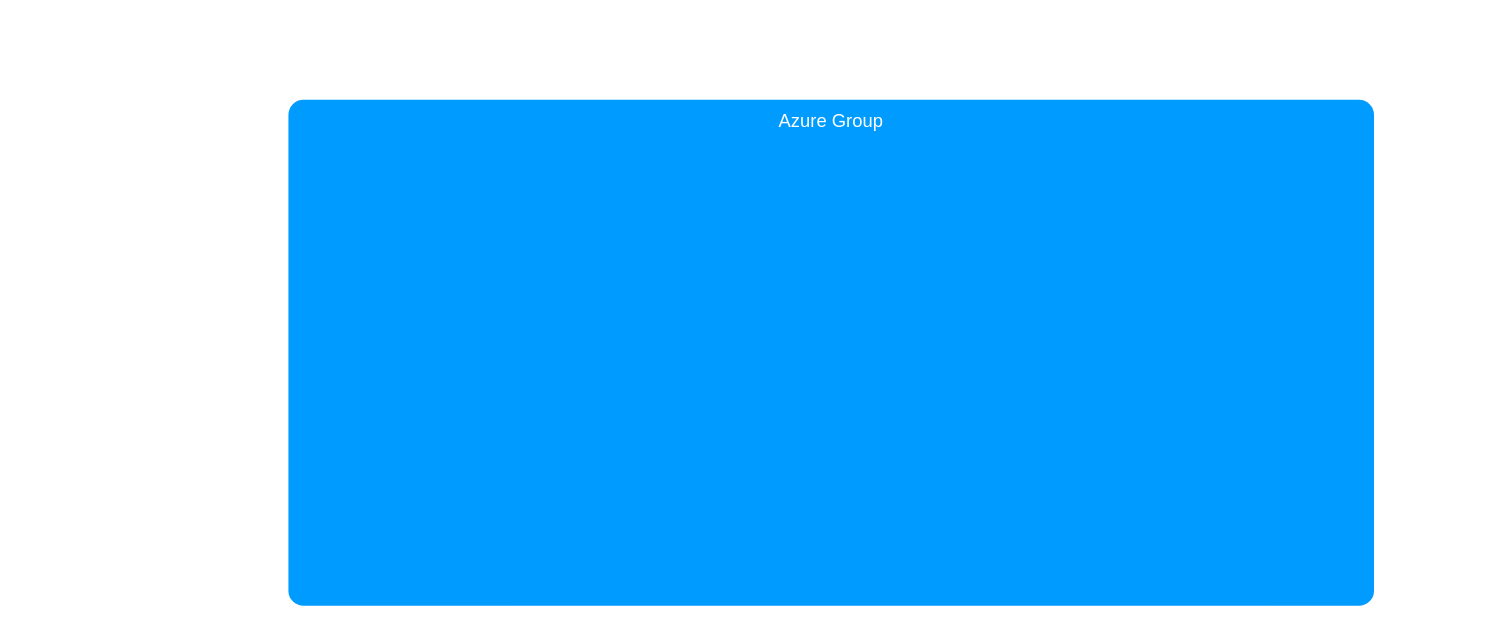
Before: 未命名绘图.drawio in LuckyEricYz/blog, a draw.io diagram. Source tidied: cells renumbered, new cells numbered last; positions are measured from the earlier drawing's top-left corner, leaving out a move shared by most shapes. Both pictures are drawn from the tidied source at 92%, with x=0, y=0 at pixel (71, 99).
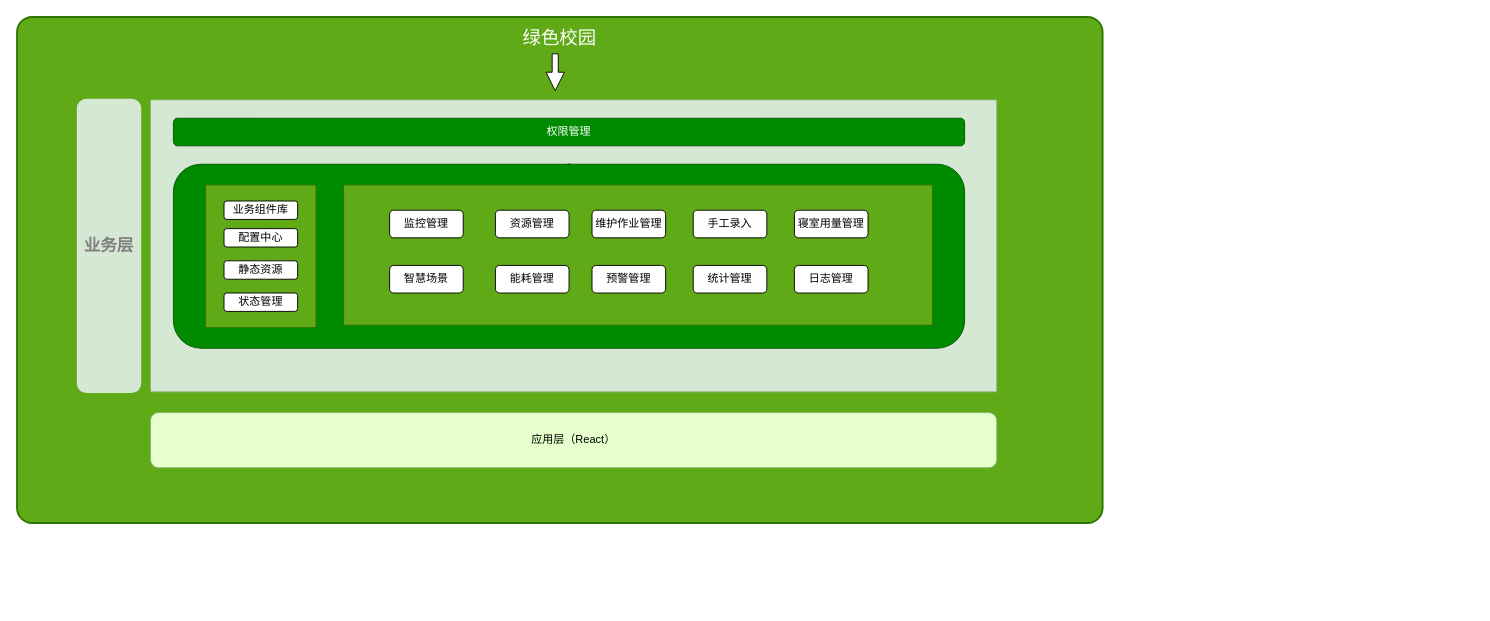
The same page after the edit.

The edit, as a diff of the source:
```diff
@@
-    <mxCell id="2" value="Azure Group" style="whiteSpace=wrap;html=1;rounded=1;shadow=0;strokeColor=none;strokeWidth=2;fillColor=#009BFF;fontSize=20;fontColor=#FFFFFF;align=center;arcSize=3;verticalAlign=top;spacingTop=4;" parent="1" vertex="1">
-      <mxGeometry x="236" width="1180" height="550" as="geometry" />
+    <mxCell id="2" value="绿色校园" style="whiteSpace=wrap;html=1;rounded=1;shadow=0;strokeColor=#2D7600;strokeWidth=2;fillColor=#60a917;fontSize=20;fontColor=#ffffff;align=center;arcSize=3;verticalAlign=top;spacingTop=4;direction=west;" parent="1" vertex="1">
+      <mxGeometry x="-59" y="-90" width="1180" height="550" as="geometry" />
     </mxCell>
@@
+    <mxCell id="5" value="应用层（React）" style="rounded=1;whiteSpace=wrap;html=1;fillColor=#E6FFCC;strokeColor=#82b366;" parent="1" vertex="1">
+      <mxGeometry x="86" y="340" width="920" height="60" as="geometry" />
+    </mxCell>
+    <mxCell id="6" style="html=1;shadow=0;dashed=0;align=center;verticalAlign=middle;shape=mxgraph.arrows2.arrow;dy=0.67;dx=20;notch=0;direction=south;" parent="1" vertex="1">
+      <mxGeometry x="516" y="-50" width="20" height="40" as="geometry" />
+    </mxCell>
+    <mxCell id="7" style="whiteSpace=wrap;html=1;fillColor=#d5e8d4;strokeColor=#82b366;" parent="1" vertex="1">
+      <mxGeometry x="86" width="920" height="317.5" as="geometry" />
+    </mxCell>
+    <mxCell id="8" value="权限管理" style="rounded=1;whiteSpace=wrap;html=1;fillColor=#008a00;strokeColor=#005700;fontColor=#FFFFFF;" parent="1" vertex="1">
+      <mxGeometry x="111" y="20" width="860" height="30" as="geometry" />
+    </mxCell>
+    <mxCell id="9" style="html=1;shadow=0;dashed=0;align=center;verticalAlign=middle;shape=mxgraph.arrows2.arrow;dy=0.67;dx=20;notch=0;direction=south;" parent="1" vertex="1">
+      <mxGeometry x="536" y="70" width="10" height="30" as="geometry" />
+    </mxCell>
+    <mxCell id="10" style="rounded=1;whiteSpace=wrap;html=1;flipH=1;fillColor=#008a00;fontColor=#ffffff;strokeColor=#005700;" parent="1" vertex="1">
+      <mxGeometry x="111" y="70" width="860" height="200" as="geometry" />
+    </mxCell>
+    <mxCell id="11" style="rounded=0;whiteSpace=wrap;html=1;glass=0;fillColor=#60a917;fontColor=#ffffff;strokeColor=#2D7600;" parent="1" vertex="1">
+      <mxGeometry x="146" y="92.5" width="120" height="155" as="geometry" />
+    </mxCell>
+    <mxCell id="12" value="配置中心" style="rounded=1;whiteSpace=wrap;html=1;" parent="1" vertex="1">
+      <mxGeometry x="166" y="140" width="80" height="20" as="geometry" />
+    </mxCell>
+    <mxCell id="13" value="静态资源" style="rounded=1;whiteSpace=wrap;html=1;" parent="1" vertex="1">
+      <mxGeometry x="166" y="175" width="80" height="20" as="geometry" />
+    </mxCell>
+    <mxCell id="14" style="rounded=0;whiteSpace=wrap;html=1;fillColor=#60a917;fontColor=#ffffff;strokeColor=#2D7600;" parent="1" vertex="1">
+      <mxGeometry x="296" y="92.5" width="640" height="152.5" as="geometry" />
+    </mxCell>
+    <mxCell id="15" value="状态管理" style="rounded=1;whiteSpace=wrap;html=1;" parent="1" vertex="1">
+      <mxGeometry x="166" y="210" width="80" height="20" as="geometry" />
+    </mxCell>
+    <mxCell id="16" value="业务组件库" style="rounded=1;whiteSpace=wrap;html=1;" parent="1" vertex="1">
+      <mxGeometry x="166" y="110" width="80" height="20" as="geometry" />
+    </mxCell>
+    <mxCell id="17" value="监控管理" style="rounded=1;whiteSpace=wrap;html=1;" parent="1" vertex="1">
+      <mxGeometry x="346" y="120" width="80" height="30" as="geometry" />
+    </mxCell>
+    <mxCell id="18" value="智慧场景" style="rounded=1;whiteSpace=wrap;html=1;" parent="1" vertex="1">
+      <mxGeometry x="346" y="180" width="80" height="30" as="geometry" />
+    </mxCell>
+    <mxCell id="19" value="资源管理" style="rounded=1;whiteSpace=wrap;html=1;" parent="1" vertex="1">
+      <mxGeometry x="461" y="120" width="80" height="30" as="geometry" />
+    </mxCell>
+    <mxCell id="20" value="能耗管理" style="rounded=1;whiteSpace=wrap;html=1;" parent="1" vertex="1">
+      <mxGeometry x="461" y="180" width="80" height="30" as="geometry" />
+    </mxCell>
+    <mxCell id="21" value="维护作业管理" style="rounded=1;whiteSpace=wrap;html=1;" parent="1" vertex="1">
+      <mxGeometry x="566" y="120" width="80" height="30" as="geometry" />
+    </mxCell>
+    <mxCell id="22" value="预警管理" style="rounded=1;whiteSpace=wrap;html=1;" parent="1" vertex="1">
+      <mxGeometry x="566" y="180" width="80" height="30" as="geometry" />
+    </mxCell>
+    <mxCell id="23" value="手工录入" style="rounded=1;whiteSpace=wrap;html=1;" parent="1" vertex="1">
+      <mxGeometry x="676" y="120" width="80" height="30" as="geometry" />
+    </mxCell>
+    <mxCell id="24" value="统计管理" style="rounded=1;whiteSpace=wrap;html=1;" parent="1" vertex="1">
+      <mxGeometry x="676" y="180" width="80" height="30" as="geometry" />
+    </mxCell>
+    <mxCell id="25" value="寝室用量管理" style="rounded=1;whiteSpace=wrap;html=1;" parent="1" vertex="1">
+      <mxGeometry x="786" y="120" width="80" height="30" as="geometry" />
+    </mxCell>
+    <mxCell id="26" value="日志管理" style="rounded=1;whiteSpace=wrap;html=1;" parent="1" vertex="1">
+      <mxGeometry x="786" y="180" width="80" height="30" as="geometry" />
+    </mxCell>
+    <mxCell id="27" value="&lt;h2&gt;&lt;font style=&quot;font-size: 18px;&quot;&gt;业务层&lt;/font&gt;&lt;/h2&gt;" style="rounded=1;whiteSpace=wrap;html=1;fillColor=#d5e8d4;strokeColor=none;fontColor=#808080;" parent="1" vertex="1">
+      <mxGeometry x="6" y="-1.2" width="70" height="320" as="geometry" />
+    </mxCell>
```
